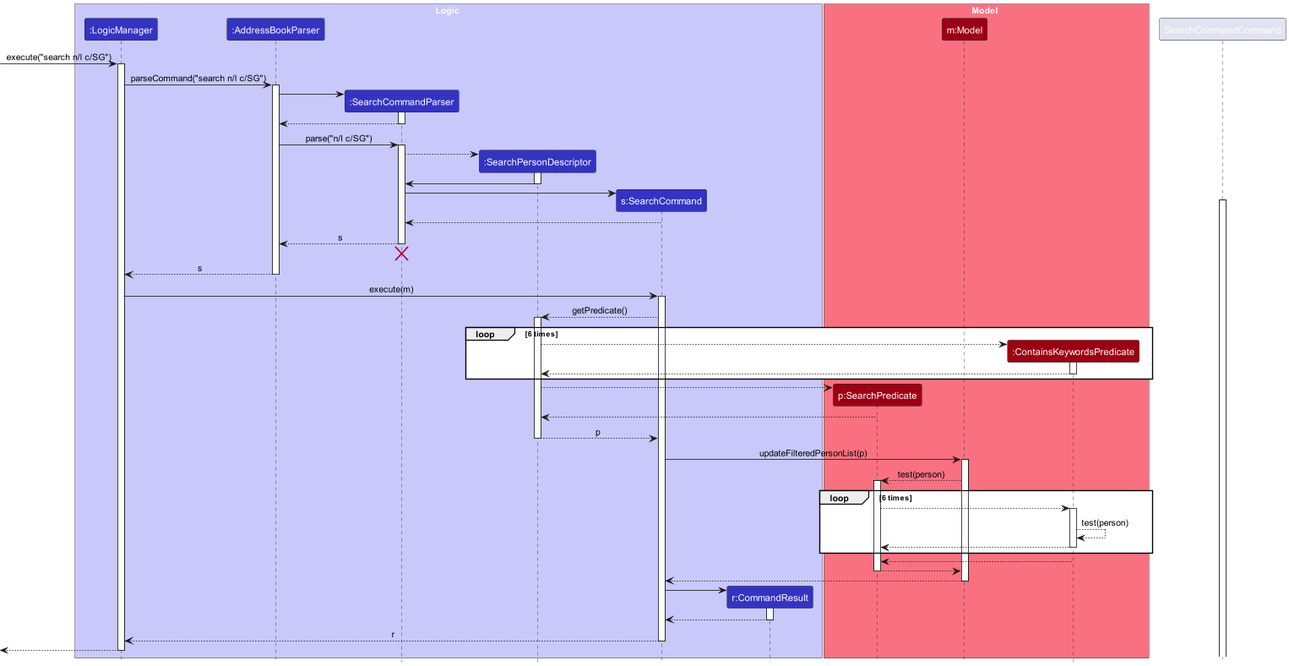
The PlantUML diagram docs/images/SearchSequenceDiagram.png in leeweiming3/tp, before a commit. Its diagram source:
```plantuml
@startuml
!include style.puml
skinparam ArrowFontStyle plain

box Logic LOGIC_COLOR_T1
participant ":LogicManager" as LogicManager LOGIC_COLOR
participant ":AddressBookParser" as AddressBookParser LOGIC_COLOR
participant ":SearchCommandParser" as SearchCommandParser LOGIC_COLOR
participant ":SearchPersonDescriptor" as SearchPersonDescriptor LOGIC_COLOR
participant "s:SearchCommand" as SearchCommand LOGIC_COLOR
participant "r:CommandResult" as CommandResult LOGIC_COLOR
end box

box Model MODEL_COLOR_T1
participant "p:SearchPredicate" as SearchPredicate MODEL_COLOR
participant "m:Model" as Model MODEL_COLOR
participant ":ContainsKeywordsPredicate" as ContainsKeywordsPredicate MODEL_COLOR
end box

[-> LogicManager : execute("search n/l c/SG")
activate LogicManager

LogicManager -> AddressBookParser : parseCommand("search n/l c/SG")
activate AddressBookParser

create SearchCommandParser
AddressBookParser -> SearchCommandParser
activate SearchCommandParser

SearchCommandParser --> AddressBookParser
deactivate SearchCommandParser

AddressBookParser -> SearchCommandParser : parse("n/l c/SG")
activate SearchCommandParser

create SearchPersonDescriptor
SearchCommandParser --> SearchPersonDescriptor
activate SearchPersonDescriptor

SearchPersonDescriptor -> SearchCommandParser
deactivate SearchPersonDescriptor

create SearchCommand
SearchCommandParser -> SearchCommand
activate SearchCommandCommand


SearchCommand --> SearchCommandParser
deactivate SearchCommand

SearchCommandParser --> AddressBookParser : s
deactivate SearchCommandParser
SearchCommandParser -[hidden]-> AddressBookParser
destroy SearchCommandParser

AddressBookParser --> LogicManager : s
deactivate AddressBookParser

LogicManager -> SearchCommand : execute(m)
activate SearchCommand

SearchCommand --> SearchPersonDescriptor : getPredicate()
activate SearchPersonDescriptor

loop 6 times

create ContainsKeywordsPredicate
SearchPersonDescriptor --> ContainsKeywordsPredicate
activate ContainsKeywordsPredicate

ContainsKeywordsPredicate --> SearchPersonDescriptor
deactivate ContainsKeywordsPredicate

end

create SearchPredicate
SearchPersonDescriptor --> SearchPredicate

SearchPredicate --> SearchPersonDescriptor
deactivate SearchPredicate

SearchPersonDescriptor --> SearchCommand : p
deactivate SearchPersonDescriptor

SearchCommand -> Model : updateFilteredPersonList(p)
activate Model

Model --> SearchPredicate : test(person)
activate SearchPredicate

loop 6 times

SearchPredicate --> ContainsKeywordsPredicate

activate ContainsKeywordsPredicate
ContainsKeywordsPredicate --> ContainsKeywordsPredicate : test(person)

ContainsKeywordsPredicate --> SearchPredicate
deactivate ContainsKeywordsPredicate

end

ContainsKeywordsPredicate --> SearchPredicate

SearchPredicate --> Model
deactivate SearchPredicate

Model --> SearchCommand
deactivate Model

create CommandResult
SearchCommand -> CommandResult
activate CommandResult

CommandResult --> SearchCommand
deactivate CommandResult

SearchCommand --> LogicManager : r
deactivate SearchCommand

[<--LogicManager
deactivate LogicManager
@enduml
```
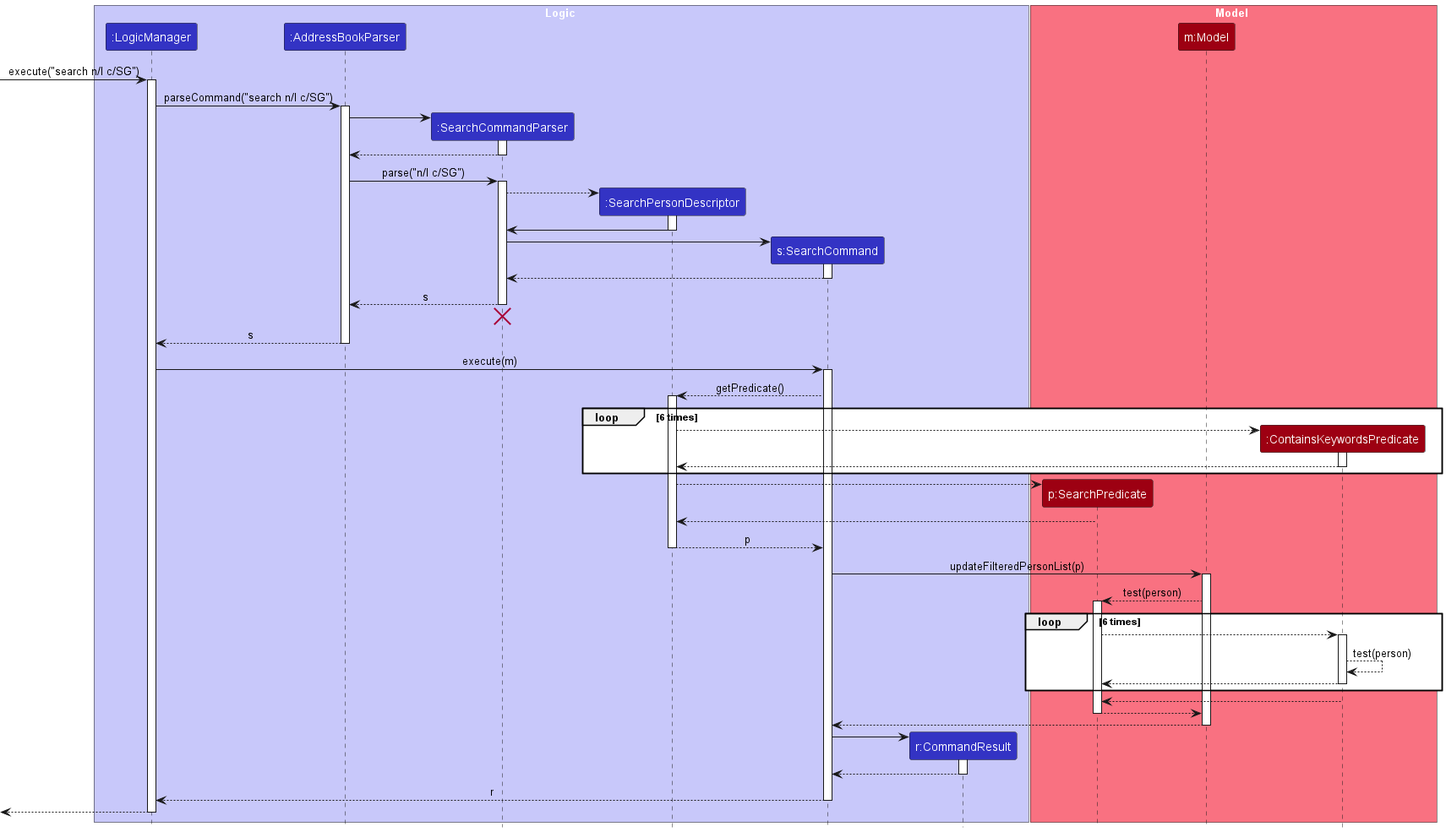
Above is the later version.

Commit message:
Update planned enhancements and fix search command uml diagram

The edit, as a diff of the source:
```diff
@@ -42,8 +42,7 @@
 
 create SearchCommand
 SearchCommandParser -> SearchCommand
-activate SearchCommandCommand
-
+activate SearchCommand
 
 SearchCommand --> SearchCommandParser
 deactivate SearchCommand
```
